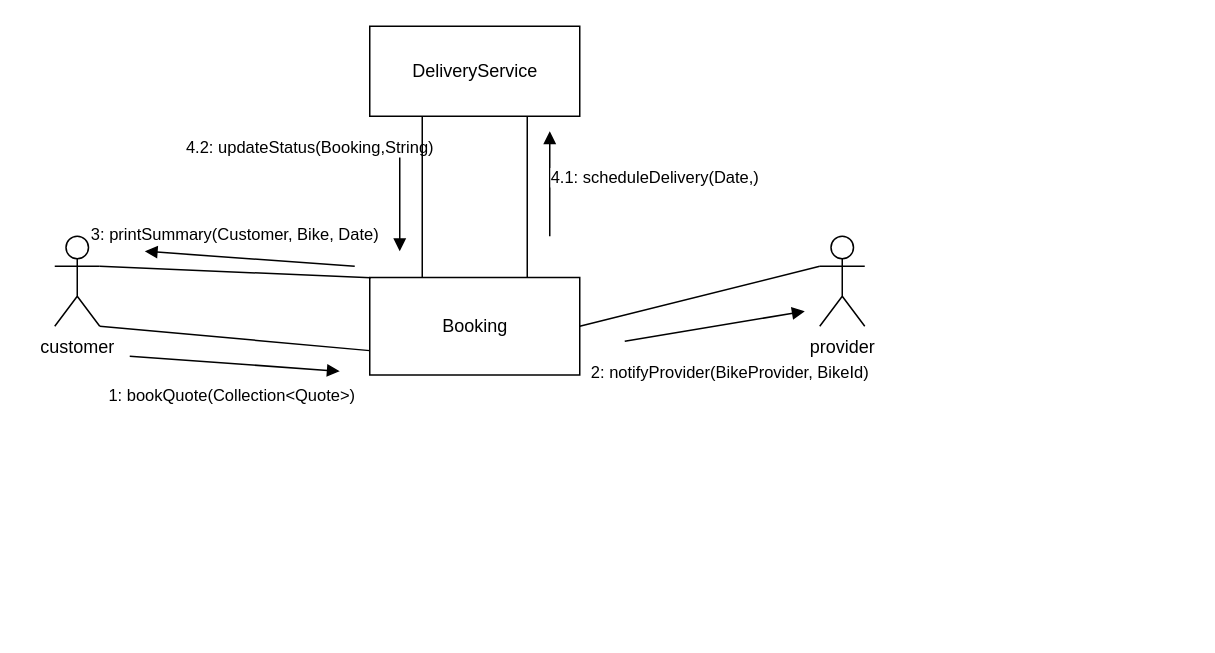
Before: page "Page-2" (2 of 3) of diagram/cw2_sequence_communication.drawio in SatoMichi/SE_CW_Bike_Rental_System, a draw.io diagram. Source tidied: cells renumbered, new cells numbered last; positions are measured from the earlier drawing's top-left corner, leaving out a move shared by most shapes. Both pictures are drawn from the tidied source at 150%, with x=0, y=0 at pixel (54, 26).
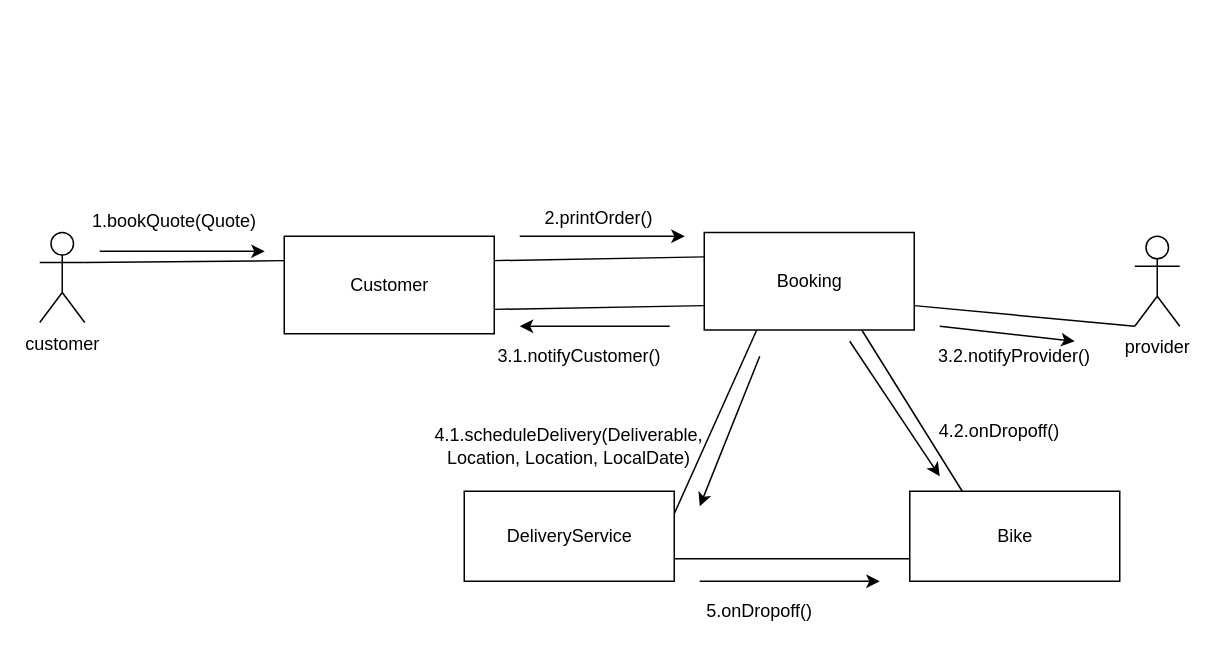
After the change.

What changed in the source:
```diff
@@
     <mxCell id="2" value="customer" style="shape=umlActor;verticalLabelPosition=bottom;labelBackgroundColor=#ffffff;verticalAlign=top;html=1;" parent="1" vertex="1">
-      <mxGeometry y="140" width="30" height="60" as="geometry" />
+      <mxGeometry x="-10" y="137.5" width="30" height="60" as="geometry" />
     </mxCell>
     <mxCell id="3" value="Booking" style="html=1;" parent="1" vertex="1">
-      <mxGeometry x="210" y="167.5" width="140" height="65" as="geometry" />
+      <mxGeometry x="433" y="137.5" width="140" height="65" as="geometry" />
     </mxCell>
     <mxCell id="4" value="DeliveryService" style="html=1;" parent="1" vertex="1">
-      <mxGeometry x="210" width="140" height="60" as="geometry" />
+      <mxGeometry x="273" y="310" width="140" height="60" as="geometry" />
     </mxCell>
-    <mxCell id="5" style="endArrow=none;html=1;entryX=0;entryY=0.75;entryDx=0;entryDy=0;exitX=1;exitY=1;exitDx=0;exitDy=0;exitPerimeter=0;" parent="1" edge="1" source="2" target="3">
-      <mxGeometry relative="1" as="geometry" />
-    </mxCell>
-    <mxCell id="6" style="endArrow=none;html=1;entryX=0.75;entryY=1;entryDx=0;entryDy=0;exitX=0.75;exitY=0;exitDx=0;exitDy=0;" parent="1" edge="1" source="3" target="4">
-      <mxGeometry relative="1" as="geometry" />
-    </mxCell>
     <mxCell id="7" value="provider" style="shape=umlActor;verticalLabelPosition=bottom;labelBackgroundColor=#ffffff;verticalAlign=top;html=1;outlineConnect=0;" parent="1" vertex="1">
-      <mxGeometry x="510" y="140" width="30" height="60" as="geometry" />
+      <mxGeometry x="720" y="140" width="30" height="60" as="geometry" />
     </mxCell>
+    <mxCell id="16" value="Customer" style="html=1;" parent="1" vertex="1">
+      <mxGeometry x="153" y="140" width="140" height="65" as="geometry" />
+    </mxCell>
+    <mxCell id="17" style="endArrow=none;html=1;exitX=1;exitY=0.25;exitDx=0;exitDy=0;entryX=0;entryY=0.25;entryDx=0;entryDy=0;" parent="1" edge="1" source="16" target="3">
+      <mxGeometry relative="1" as="geometry" />
+    </mxCell>
+    <mxCell id="18" style="endArrow=none;html=1;exitX=1;exitY=0.75;exitDx=0;exitDy=0;entryX=0;entryY=0.75;entryDx=0;entryDy=0;" parent="1" edge="1" source="16" target="3">
+      <mxGeometry relative="1" as="geometry" />
+    </mxCell>
+    <mxCell id="19" style="endArrow=classic;html=1;" parent="1" edge="1">
+      <mxGeometry relative="1" as="geometry">
+        <mxPoint x="410" y="200" as="sourcePoint" />
+        <mxPoint x="310" y="200" as="targetPoint" />
+      </mxGeometry>
+    </mxCell>
+    <mxCell id="20" value="3.1.notifyCustomer()" style="text;html=1;strokeColor=none;fillColor=none;align=center;verticalAlign=middle;whiteSpace=wrap;rounded=0;" parent="1" vertex="1">
+      <mxGeometry x="330" y="210" width="40" height="20" as="geometry" />
+    </mxCell>
+    <mxCell id="21" style="endArrow=classic;html=1;" parent="1" edge="1">
+      <mxGeometry relative="1" as="geometry">
+        <mxPoint x="590" y="200" as="sourcePoint" />
+        <mxPoint x="680" y="210" as="targetPoint" />
+      </mxGeometry>
+    </mxCell>
-    <mxCell id="8" style="endArrow=none;html=1;exitX=1;exitY=0.5;exitDx=0;exitDy=0;entryX=0;entryY=0.3333333333333333;entryDx=0;entryDy=0;entryPerimeter=0;" parent="1" edge="1" source="3" target="7">
+    <mxCell id="8" style="endArrow=none;html=1;exitX=1;exitY=0.75;exitDx=0;exitDy=0;entryX=0;entryY=1;entryDx=0;entryDy=0;entryPerimeter=0;" parent="1" edge="1" source="3" target="7">
       <mxGeometry relative="1" as="geometry" />
     </mxCell>
-    <mxCell id="9" style="endArrow=none;html=1;entryX=0.005;entryY=0.003;entryDx=0;entryDy=0;entryPerimeter=0;exitX=1;exitY=0.3333333333333333;exitDx=0;exitDy=0;exitPerimeter=0;" parent="1" edge="1" source="2" target="3">
-      <mxGeometry relative="1" as="geometry" />
-    </mxCell>
-    <mxCell id="10" value="1: bookQuote(Collection&amp;lt;Quote&amp;gt;)" style="html=1;verticalAlign=bottom;endArrow=block;" parent="1" edge="1">
-      <mxGeometry y="-30" relative="1" as="geometry">
-        <mxPoint x="50" y="220" as="sourcePoint" />
-        <mxPoint x="190" y="230" as="targetPoint" />
-      </mxGeometry>
-    </mxCell>
-    <mxCell id="11" value="4.1: scheduleDelivery(Date,)" style="html=1;verticalAlign=bottom;endArrow=block;" parent="1" edge="1">
-      <mxGeometry x="-0.14" y="-70" relative="1" as="geometry">
-        <mxPoint x="330" y="140" as="sourcePoint" />
-        <mxPoint x="330" y="70" as="targetPoint" />
-      </mxGeometry>
-    </mxCell>
-    <mxCell id="12" value="3: printSummary(Customer, Bike, Date)" style="html=1;verticalAlign=bottom;endArrow=block;" parent="1" edge="1">
-      <mxGeometry x="0.15" y="-6" relative="1" as="geometry">
-        <mxPoint x="200" y="160" as="sourcePoint" />
-        <mxPoint x="60" y="150" as="targetPoint" />
-      </mxGeometry>
-    </mxCell>
-    <mxCell id="13" value="2: notifyProvider(BikeProvider, BikeId)" style="html=1;verticalAlign=bottom;endArrow=block;" parent="1" edge="1">
-      <mxGeometry x="0.05" y="-41" relative="1" as="geometry">
-        <mxPoint x="380" y="210" as="sourcePoint" />
-        <mxPoint x="500" y="190" as="targetPoint" />
-      </mxGeometry>
-    </mxCell>
-    <mxCell id="14" value="4.2: updateStatus(Booking,String)" style="html=1;verticalAlign=bottom;endArrow=block;" parent="1" edge="1">
-      <mxGeometry x="-0.71" y="-60" relative="1" as="geometry">
-        <mxPoint x="230" y="80" as="sourcePoint" />
-        <mxPoint x="230" y="150" as="targetPoint" />
-      </mxGeometry>
-    </mxCell>
-    <mxCell id="15" style="endArrow=none;html=1;entryX=0.25;entryY=1;entryDx=0;entryDy=0;exitX=0.25;exitY=0;exitDx=0;exitDy=0;" parent="1" edge="1" source="3" target="4">
-      <mxGeometry relative="1" as="geometry" />
-    </mxCell>
+    <mxCell id="22" value="3.2.notifyProvider()" style="text;html=1;strokeColor=none;fillColor=none;align=center;verticalAlign=middle;whiteSpace=wrap;rounded=0;" parent="1" vertex="1">
+      <mxGeometry x="620" y="210" width="40" height="20" as="geometry" />
+    </mxCell>
+    <mxCell id="23" style="endArrow=classic;html=1;" parent="1" edge="1">
+      <mxGeometry relative="1" as="geometry">
+        <mxPoint x="310" y="140" as="sourcePoint" />
+        <mxPoint x="420" y="140" as="targetPoint" />
+      </mxGeometry>
+    </mxCell>
+    <mxCell id="24" value="2.printOrder()" style="text;html=1;strokeColor=none;fillColor=none;align=center;verticalAlign=middle;whiteSpace=wrap;rounded=0;" parent="1" vertex="1">
+      <mxGeometry x="343" y="117.5" width="40" height="20" as="geometry" />
+    </mxCell>
+    <mxCell id="25" style="endArrow=none;html=1;exitX=0.25;exitY=1;exitDx=0;exitDy=0;entryX=1;entryY=0.25;entryDx=0;entryDy=0;" parent="1" edge="1" source="3" target="4">
+      <mxGeometry relative="1" as="geometry" />
+    </mxCell>
+    <mxCell id="26" style="endArrow=classic;html=1;" parent="1" edge="1">
+      <mxGeometry relative="1" as="geometry">
+        <mxPoint x="470" y="220" as="sourcePoint" />
+        <mxPoint x="430" y="320" as="targetPoint" />
+      </mxGeometry>
+    </mxCell>
+    <mxCell id="27" value="4.1.scheduleDelivery(Deliverable, Location, Location, LocalDate)" style="text;html=1;strokeColor=none;fillColor=none;align=center;verticalAlign=middle;whiteSpace=wrap;rounded=0;" parent="1" vertex="1">
+      <mxGeometry x="323" y="270" width="40" height="20" as="geometry" />
+    </mxCell>
+    <mxCell id="28" style="endArrow=none;html=1;exitX=1;exitY=0.3333333333333333;exitDx=0;exitDy=0;exitPerimeter=0;entryX=0;entryY=0.25;entryDx=0;entryDy=0;" parent="1" edge="1" source="2" target="16">
+      <mxGeometry relative="1" as="geometry" />
+    </mxCell>
+    <mxCell id="29" style="endArrow=classic;html=1;" parent="1" edge="1">
+      <mxGeometry relative="1" as="geometry">
+        <mxPoint x="30" y="150" as="sourcePoint" />
+        <mxPoint x="140" y="150" as="targetPoint" />
+      </mxGeometry>
+    </mxCell>
+    <mxCell id="30" value="1.bookQuote(Quote)" style="text;html=1;strokeColor=none;fillColor=none;align=center;verticalAlign=middle;whiteSpace=wrap;rounded=0;" parent="1" vertex="1">
+      <mxGeometry x="60" y="120" width="40" height="20" as="geometry" />
+    </mxCell>
+    <mxCell id="31" value="Bike" style="html=1;" parent="1" vertex="1">
+      <mxGeometry x="570" y="310" width="140" height="60" as="geometry" />
+    </mxCell>
+    <mxCell id="32" style="endArrow=none;html=1;exitX=0;exitY=0.75;exitDx=0;exitDy=0;entryX=1;entryY=0.75;entryDx=0;entryDy=0;" parent="1" edge="1" source="31" target="4">
+      <mxGeometry relative="1" as="geometry" />
+    </mxCell>
+    <mxCell id="33" style="endArrow=classic;html=1;" parent="1" edge="1">
+      <mxGeometry relative="1" as="geometry">
+        <mxPoint x="430" y="370" as="sourcePoint" />
+        <mxPoint x="550" y="370" as="targetPoint" />
+      </mxGeometry>
+    </mxCell>
+    <mxCell id="34" value="5.onDropoff()" style="text;html=1;strokeColor=none;fillColor=none;align=center;verticalAlign=middle;whiteSpace=wrap;rounded=0;" parent="1" vertex="1">
+      <mxGeometry x="450" y="380" width="40" height="20" as="geometry" />
+    </mxCell>
+    <mxCell id="35" style="endArrow=none;html=1;exitX=0.25;exitY=0;exitDx=0;exitDy=0;entryX=0.75;entryY=1;entryDx=0;entryDy=0;" parent="1" edge="1" source="31" target="3">
+      <mxGeometry relative="1" as="geometry" />
+    </mxCell>
+    <mxCell id="36" style="endArrow=classic;html=1;" parent="1" edge="1">
+      <mxGeometry relative="1" as="geometry">
+        <mxPoint x="530" y="210" as="sourcePoint" />
+        <mxPoint x="590" y="300" as="targetPoint" />
+      </mxGeometry>
+    </mxCell>
+    <mxCell id="37" value="4.2.onDropoff()" style="text;html=1;strokeColor=none;fillColor=none;align=center;verticalAlign=middle;whiteSpace=wrap;rounded=0;" parent="1" vertex="1">
+      <mxGeometry x="610" y="260" width="40" height="20" as="geometry" />
+    </mxCell>
```
